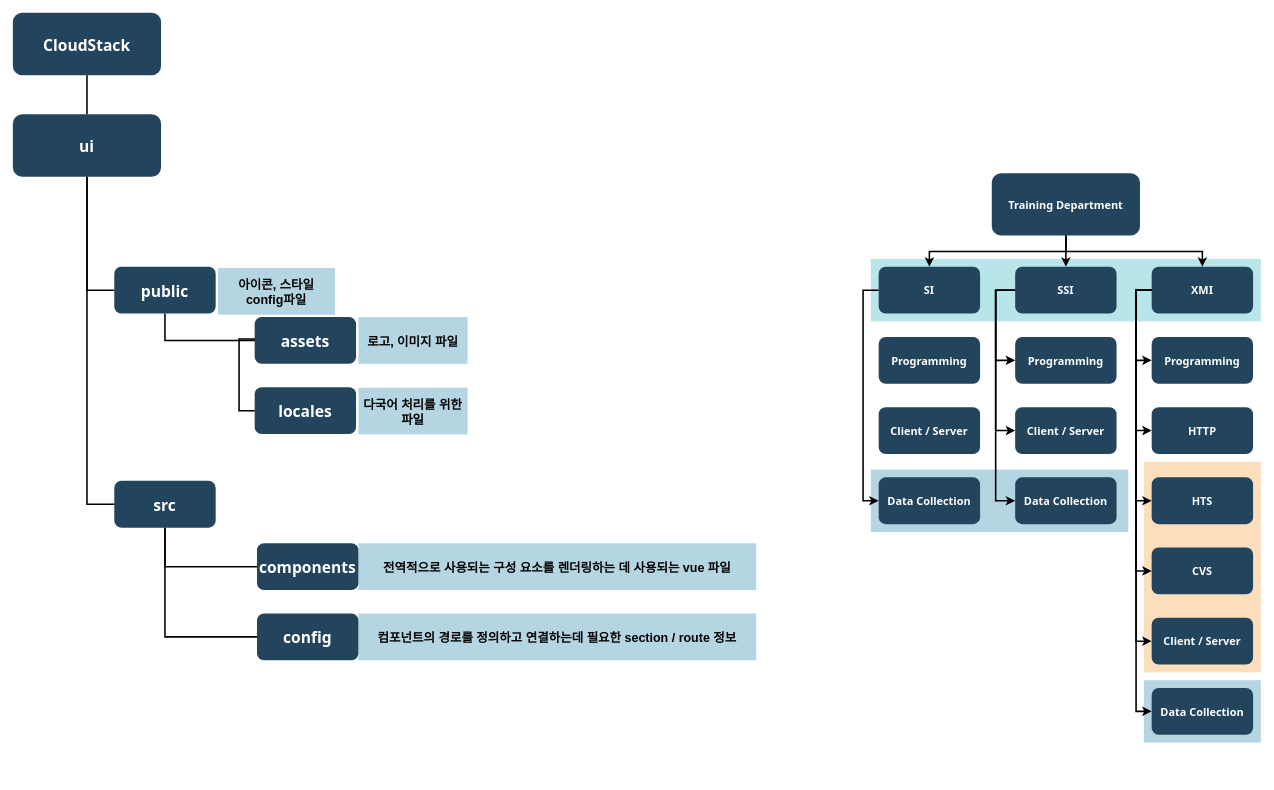
stardom3645/wiki keeps this draw.io diagram as 파일트리 다이어그램.drawio. Above is the earlier version. Source tidied: cells renumbered, new cells numbered last; positions are measured from the earlier drawing's top-left corner, leaving out a move shared by most shapes. Both pictures are drawn from the tidied source at 78%, with x=0, y=0 at pixel (12, 12).
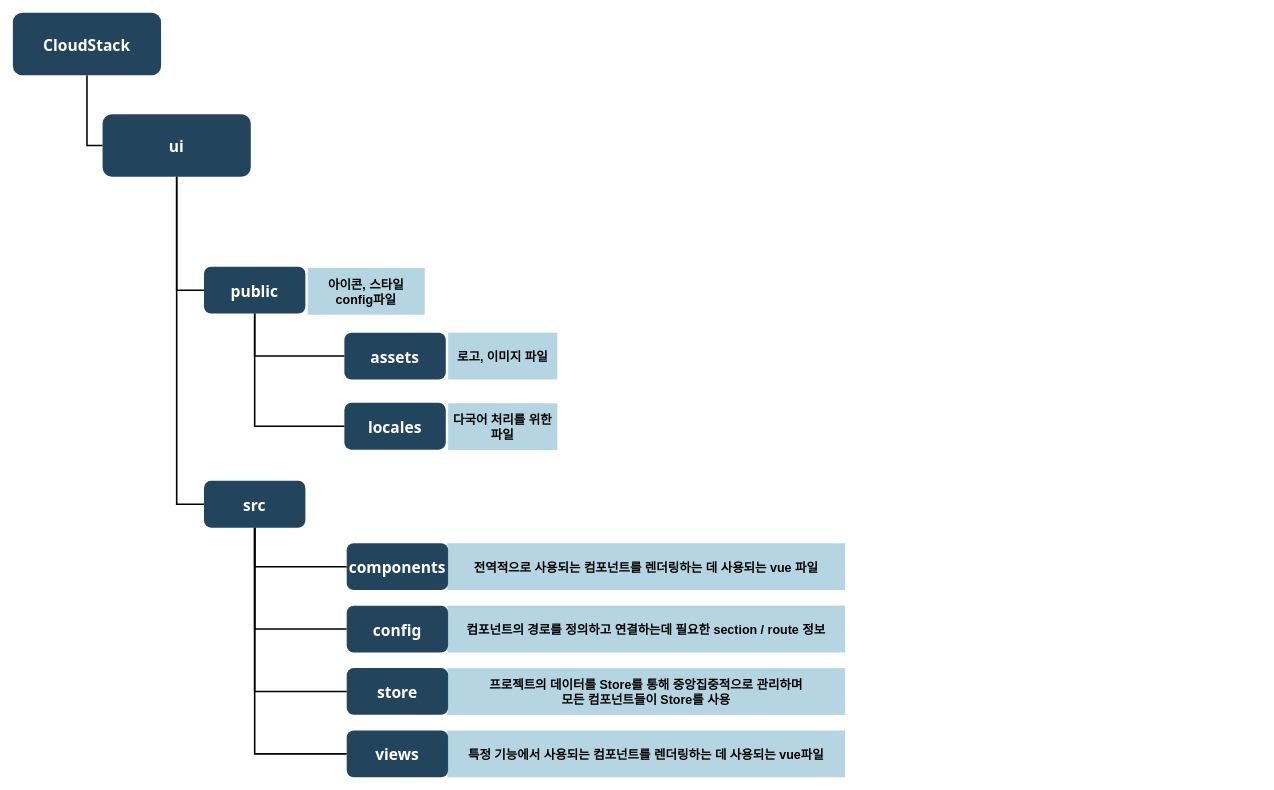
After the change.

Commit message (it also covers changes not shown here):
파일트리 다이어그램.drawio 업데이트

Unchanged cells that the change refers to:
```xml
<mxCell id="6" value="CloudStack" style="rounded=1;fillColor=#23445D;gradientColor=none;strokeColor=none;fontColor=#FFFFFF;fontStyle=1;fontFamily=Tahoma;fontSize=20;" parent="1" vertex="1">
  <mxGeometry width="190" height="80" as="geometry" />
</mxCell>
```

What changed in the source:
```diff
@@
-    <mxCell id="2" style="fillColor=#F2931E;strokeColor=none;opacity=30;" parent="1" vertex="1">
-      <mxGeometry x="1450" y="575.5" width="150" height="270" as="geometry" />
-    </mxCell>
-    <mxCell id="3" style="fillColor=#10739E;strokeColor=none;opacity=30;" parent="1" vertex="1">
-      <mxGeometry x="1450" y="855.5" width="150" height="80" as="geometry" />
-    </mxCell>
-    <mxCell id="4" style="fillColor=#10739E;strokeColor=none;opacity=30;" parent="1" vertex="1">
-      <mxGeometry x="1100" y="585.5" width="330" height="80" as="geometry" />
-    </mxCell>
-    <mxCell id="5" style="fillColor=#12AAB5;strokeColor=none;opacity=30;" parent="1" vertex="1">
-      <mxGeometry x="1100" y="315.5" width="500" height="80" as="geometry" />
-    </mxCell>
+    <mxCell id="30" style="edgeStyle=orthogonalEdgeStyle;rounded=0;jettySize=auto;html=1;exitX=0.5;exitY=1;exitDx=0;exitDy=0;entryX=0;entryY=0.5;entryDx=0;entryDy=0;endArrow=none;endFill=0;strokeWidth=2;fontSize=16;" parent="1" edge="1" source="6" target="8">
+      <mxGeometry relative="1" as="geometry" />
+    </mxCell>
@@
-    <mxCell id="7" value="Training Department" style="rounded=1;fillColor=#23445D;gradientColor=none;strokeColor=none;fontColor=#FFFFFF;fontStyle=1;fontFamily=Tahoma;fontSize=14;" parent="1" vertex="1">
-      <mxGeometry x="1255" y="205.5" width="190" height="80" as="geometry" />
-    </mxCell>
     <mxCell id="8" value="ui" style="rounded=1;fillColor=#23445D;gradientColor=none;strokeColor=none;fontColor=#FFFFFF;fontStyle=1;fontFamily=Tahoma;fontSize=20;" parent="1" vertex="1">
-      <mxGeometry y="130" width="190" height="80" as="geometry" />
+      <mxGeometry x="115" y="130" width="190" height="80" as="geometry" />
     </mxCell>
-    <mxCell id="9" style="edgeStyle=orthogonalEdgeStyle;rounded=0;jettySize=auto;html=1;exitX=0.5;exitY=1;exitDx=0;exitDy=0;entryX=0;entryY=0.5;entryDx=0;entryDy=0;endArrow=none;endFill=0;fontSize=25;strokeWidth=2;" parent="1" edge="1" source="10" target="13">
-      <mxGeometry relative="1" as="geometry">
-        <Array as="points">
-          <mxPoint x="195" y="420" />
-          <mxPoint x="290" y="420" />
-          <mxPoint x="290" y="418" />
-          <mxPoint x="310" y="418" />
-        </Array>
-      </mxGeometry>
+    <mxCell id="9" style="edgeStyle=orthogonalEdgeStyle;rounded=0;jettySize=auto;html=1;exitX=0.5;exitY=1;exitDx=0;exitDy=0;entryX=0;entryY=0.5;entryDx=0;entryDy=0;endArrow=none;endFill=0;strokeWidth=2;fontSize=16;" parent="1" edge="1" source="10" target="13">
+      <mxGeometry relative="1" as="geometry" />
     </mxCell>
+    <mxCell id="55" style="edgeStyle=orthogonalEdgeStyle;rounded=0;jettySize=auto;html=1;exitX=0.5;exitY=1;exitDx=0;exitDy=0;entryX=0;entryY=0.5;entryDx=0;entryDy=0;endArrow=none;endFill=0;strokeWidth=2;fontSize=16;" parent="1" edge="1" source="10" target="14">
+      <mxGeometry relative="1" as="geometry" />
+    </mxCell>
     <mxCell id="10" value="public" style="rounded=1;fillColor=#23445D;gradientColor=none;strokeColor=none;fontColor=#FFFFFF;fontStyle=1;fontFamily=Tahoma;fontSize=20;" parent="1" vertex="1">
-      <mxGeometry x="130" y="325.5" width="130" height="60" as="geometry" />
+      <mxGeometry x="245" y="325.5" width="130" height="60" as="geometry" />
     </mxCell>
@@
+    <mxCell id="56" style="edgeStyle=orthogonalEdgeStyle;rounded=0;jettySize=auto;html=1;exitX=0.5;exitY=1;exitDx=0;exitDy=0;entryX=0;entryY=0.5;entryDx=0;entryDy=0;endArrow=none;endFill=0;strokeWidth=2;fontSize=16;" parent="1" edge="1" source="12" target="58">
+      <mxGeometry relative="1" as="geometry" />
+    </mxCell>
+    <mxCell id="57" style="edgeStyle=orthogonalEdgeStyle;rounded=0;jettySize=auto;html=1;exitX=0.5;exitY=1;exitDx=0;exitDy=0;entryX=0;entryY=0.5;entryDx=0;entryDy=0;endArrow=none;endFill=0;strokeWidth=2;fontSize=16;" parent="1" edge="1" source="12" target="60">
+      <mxGeometry relative="1" as="geometry" />
+    </mxCell>
     <mxCell id="12" value="src" style="rounded=1;fillColor=#23445D;gradientColor=none;strokeColor=none;fontColor=#FFFFFF;fontStyle=1;fontFamily=Tahoma;fontSize=20;" parent="1" vertex="1">
-      <mxGeometry x="130" y="600" width="130" height="60" as="geometry" />
+      <mxGeometry x="245" y="600" width="130" height="60" as="geometry" />
     </mxCell>
     <mxCell id="13" value="assets" style="rounded=1;fillColor=#23445D;gradientColor=none;strokeColor=none;fontColor=#FFFFFF;fontStyle=1;fontFamily=Tahoma;fontSize=20;" parent="1" vertex="1">
-      <mxGeometry x="310" y="390" width="130" height="60" as="geometry" />
+      <mxGeometry x="425" y="410" width="130" height="60" as="geometry" />
     </mxCell>
     <mxCell id="14" value="locales" style="rounded=1;fillColor=#23445D;gradientColor=none;strokeColor=none;fontColor=#FFFFFF;fontStyle=1;fontFamily=Tahoma;fontSize=20;" parent="1" vertex="1">
-      <mxGeometry x="310" y="480" width="130" height="60" as="geometry" />
+      <mxGeometry x="425" y="500" width="130" height="60" as="geometry" />
     </mxCell>
-    <mxCell id="15" value="SI" style="rounded=1;fillColor=#23445D;gradientColor=none;strokeColor=none;fontColor=#FFFFFF;fontStyle=1;fontFamily=Tahoma;fontSize=14;" parent="1" vertex="1">
-      <mxGeometry x="1110" y="325.5" width="130" height="60" as="geometry" />
-    </mxCell>
-    <mxCell id="16" value="Programming" style="rounded=1;fillColor=#23445D;gradientColor=none;strokeColor=none;fontColor=#FFFFFF;fontStyle=1;fontFamily=Tahoma;fontSize=14;" parent="1" vertex="1">
-      <mxGeometry x="1110" y="415.5" width="130" height="60" as="geometry" />
-    </mxCell>
-    <mxCell id="17" value="Client / Server" style="rounded=1;fillColor=#23445D;gradientColor=none;strokeColor=none;fontColor=#FFFFFF;fontStyle=1;fontFamily=Tahoma;fontSize=14;" parent="1" vertex="1">
-      <mxGeometry x="1110" y="505.5" width="130" height="60" as="geometry" />
-    </mxCell>
-    <mxCell id="18" value="Data Collection" style="rounded=1;fillColor=#23445D;gradientColor=none;strokeColor=none;fontColor=#FFFFFF;fontStyle=1;fontFamily=Tahoma;fontSize=14;" parent="1" vertex="1">
-      <mxGeometry x="1110" y="595.5" width="130" height="60" as="geometry" />
-    </mxCell>
-    <mxCell id="19" value="SSI" style="rounded=1;fillColor=#23445D;gradientColor=none;strokeColor=none;fontColor=#FFFFFF;fontStyle=1;fontFamily=Tahoma;fontSize=14;" parent="1" vertex="1">
-      <mxGeometry x="1285" y="325.5" width="130" height="60" as="geometry" />
-    </mxCell>
-    <mxCell id="20" value="Programming" style="rounded=1;fillColor=#23445D;gradientColor=none;strokeColor=none;fontColor=#FFFFFF;fontStyle=1;fontFamily=Tahoma;fontSize=14;" parent="1" vertex="1">
-      <mxGeometry x="1285" y="415.5" width="130" height="60" as="geometry" />
-    </mxCell>
-    <mxCell id="21" value="Client / Server" style="rounded=1;fillColor=#23445D;gradientColor=none;strokeColor=none;fontColor=#FFFFFF;fontStyle=1;fontFamily=Tahoma;fontSize=14;" parent="1" vertex="1">
-      <mxGeometry x="1285" y="505.5" width="130" height="60" as="geometry" />
-    </mxCell>
-    <mxCell id="22" value="Data Collection" style="rounded=1;fillColor=#23445D;gradientColor=none;strokeColor=none;fontColor=#FFFFFF;fontStyle=1;fontFamily=Tahoma;fontSize=14;" parent="1" vertex="1">
-      <mxGeometry x="1285" y="595.5" width="130" height="60" as="geometry" />
-    </mxCell>
-    <mxCell id="23" value="XMI" style="rounded=1;fillColor=#23445D;gradientColor=none;strokeColor=none;fontColor=#FFFFFF;fontStyle=1;fontFamily=Tahoma;fontSize=14;" parent="1" vertex="1">
-      <mxGeometry x="1460" y="325.5" width="130" height="60" as="geometry" />
-    </mxCell>
-    <mxCell id="24" value="Programming" style="rounded=1;fillColor=#23445D;gradientColor=none;strokeColor=none;fontColor=#FFFFFF;fontStyle=1;fontFamily=Tahoma;fontSize=14;" parent="1" vertex="1">
-      <mxGeometry x="1460" y="415.5" width="130" height="60" as="geometry" />
-    </mxCell>
-    <mxCell id="25" value="HTTP" style="rounded=1;fillColor=#23445D;gradientColor=none;strokeColor=none;fontColor=#FFFFFF;fontStyle=1;fontFamily=Tahoma;fontSize=14;" parent="1" vertex="1">
-      <mxGeometry x="1460" y="505.5" width="130" height="60" as="geometry" />
-    </mxCell>
-    <mxCell id="26" value="HTS" style="rounded=1;fillColor=#23445D;gradientColor=none;strokeColor=none;fontColor=#FFFFFF;fontStyle=1;fontFamily=Tahoma;fontSize=14;" parent="1" vertex="1">
-      <mxGeometry x="1460" y="595.5" width="130" height="60" as="geometry" />
-    </mxCell>
-    <mxCell id="27" value="CVS" style="rounded=1;fillColor=#23445D;gradientColor=none;strokeColor=none;fontColor=#FFFFFF;fontStyle=1;fontFamily=Tahoma;fontSize=14;" parent="1" vertex="1">
-      <mxGeometry x="1460" y="685.5" width="130" height="60" as="geometry" />
-    </mxCell>
-    <mxCell id="28" value="Client / Server" style="rounded=1;fillColor=#23445D;gradientColor=none;strokeColor=none;fontColor=#FFFFFF;fontStyle=1;fontFamily=Tahoma;fontSize=14;" parent="1" vertex="1">
-      <mxGeometry x="1460" y="775.5" width="130" height="60" as="geometry" />
-    </mxCell>
-    <mxCell id="29" value="Data Collection" style="rounded=1;fillColor=#23445D;gradientColor=none;strokeColor=none;fontColor=#FFFFFF;fontStyle=1;fontFamily=Tahoma;fontSize=14;" parent="1" vertex="1">
-      <mxGeometry x="1460" y="865.5" width="130" height="60" as="geometry" />
-    </mxCell>
-    <mxCell id="30" style="edgeStyle=elbowEdgeStyle;elbow=vertical;strokeWidth=2;rounded=0;endArrow=none;endFill=0;" parent="1" edge="1" source="6" target="8">
-      <mxGeometry x="-23" y="135.5" as="geometry" />
-    </mxCell>
     <mxCell id="31" style="edgeStyle=elbowEdgeStyle;elbow=horizontal;strokeWidth=2;rounded=0;endArrow=none;endFill=0;" parent="1" edge="1" source="8" target="10">
-      <mxGeometry x="-23" y="135.5" as="geometry">
+      <mxGeometry x="92" y="135.5" as="geometry">
         <Array as="points">
-          <mxPoint x="95" y="305.5" />
+          <mxPoint x="210" y="305.5" />
         </Array>
       </mxGeometry>
     </mxCell>
     <mxCell id="32" style="edgeStyle=elbowEdgeStyle;elbow=horizontal;strokeWidth=2;rounded=0;endArrow=none;endFill=0;" parent="1" edge="1" source="8" target="12">
-      <mxGeometry x="-23" y="135.5" as="geometry">
+      <mxGeometry x="92" y="135.5" as="geometry">
         <Array as="points">
-          <mxPoint x="95" y="345.5" />
+          <mxPoint x="210" y="345.5" />
         </Array>
       </mxGeometry>
     </mxCell>
-    <mxCell id="33" style="edgeStyle=elbowEdgeStyle;elbow=horizontal;strokeWidth=2;rounded=0;endArrow=none;endFill=0;" parent="1" edge="1" source="13" target="14">
-      <mxGeometry x="-23" y="200" as="geometry">
-        <Array as="points">
-          <mxPoint x="290" y="470" />
-        </Array>
-      </mxGeometry>
-    </mxCell>
-    <mxCell id="34" style="edgeStyle=elbowEdgeStyle;elbow=horizontal;strokeWidth=2;rounded=0;" parent="1" edge="1" source="15" target="18">
-      <mxGeometry x="-23" y="135.5" as="geometry">
-        <Array as="points">
-          <mxPoint x="1090" y="495.5" />
-        </Array>
-      </mxGeometry>
-    </mxCell>
-    <mxCell id="35" style="edgeStyle=elbowEdgeStyle;elbow=horizontal;strokeWidth=2;rounded=0;" parent="1" edge="1" source="19" target="20">
-      <mxGeometry x="-23" y="135.5" as="geometry">
-        <Array as="points">
-          <mxPoint x="1260" y="405.5" />
-        </Array>
-      </mxGeometry>
-    </mxCell>
-    <mxCell id="36" style="edgeStyle=elbowEdgeStyle;elbow=horizontal;strokeWidth=2;rounded=0;" parent="1" edge="1" source="19" target="21">
-      <mxGeometry x="-23" y="135.5" as="geometry">
-        <Array as="points">
-          <mxPoint x="1260" y="465.5" />
-        </Array>
-      </mxGeometry>
-    </mxCell>
-    <mxCell id="37" style="edgeStyle=elbowEdgeStyle;elbow=horizontal;strokeWidth=2;rounded=0;" parent="1" edge="1" source="19" target="22">
-      <mxGeometry x="-23" y="135.5" as="geometry">
-        <Array as="points">
-          <mxPoint x="1260" y="495.5" />
-        </Array>
-      </mxGeometry>
-    </mxCell>
-    <mxCell id="38" style="edgeStyle=elbowEdgeStyle;elbow=horizontal;strokeWidth=2;rounded=0;" parent="1" edge="1" source="23" target="24">
-      <mxGeometry x="-23" y="135.5" as="geometry">
-        <Array as="points">
-          <mxPoint x="1440" y="405.5" />
-        </Array>
-      </mxGeometry>
-    </mxCell>
-    <mxCell id="39" style="edgeStyle=elbowEdgeStyle;elbow=horizontal;strokeWidth=2;rounded=0;" parent="1" edge="1" source="23" target="25">
-      <mxGeometry x="-23" y="135.5" as="geometry">
-        <Array as="points">
-          <mxPoint x="1440" y="445.5" />
-        </Array>
-      </mxGeometry>
-    </mxCell>
-    <mxCell id="40" style="edgeStyle=elbowEdgeStyle;elbow=horizontal;strokeWidth=2;rounded=0;" parent="1" edge="1" source="23" target="26">
-      <mxGeometry x="-23" y="135.5" as="geometry">
-        <Array as="points">
-          <mxPoint x="1440" y="495.5" />
-        </Array>
-      </mxGeometry>
-    </mxCell>
-    <mxCell id="41" style="edgeStyle=elbowEdgeStyle;elbow=horizontal;strokeWidth=2;rounded=0;" parent="1" edge="1" source="23" target="27">
-      <mxGeometry x="-23" y="135.5" as="geometry">
-        <Array as="points">
-          <mxPoint x="1440" y="545.5" />
-        </Array>
-      </mxGeometry>
-    </mxCell>
-    <mxCell id="42" style="edgeStyle=elbowEdgeStyle;elbow=horizontal;strokeWidth=2;rounded=0;" parent="1" edge="1" source="23" target="28">
-      <mxGeometry x="-23" y="135.5" as="geometry">
-        <Array as="points">
-          <mxPoint x="1440" y="595.5" />
-        </Array>
-      </mxGeometry>
-    </mxCell>
-    <mxCell id="43" style="edgeStyle=elbowEdgeStyle;elbow=horizontal;strokeWidth=2;rounded=0;" parent="1" edge="1" source="23" target="29">
-      <mxGeometry x="-23" y="135.5" as="geometry">
-        <Array as="points">
-          <mxPoint x="1440" y="635.5" />
-        </Array>
-      </mxGeometry>
-    </mxCell>
-    <mxCell id="44" style="edgeStyle=elbowEdgeStyle;elbow=vertical;strokeWidth=2;rounded=0;" parent="1" edge="1" source="7" target="19">
-      <mxGeometry x="-23" y="135.5" as="geometry" />
-    </mxCell>
-    <mxCell id="45" style="edgeStyle=elbowEdgeStyle;elbow=vertical;strokeWidth=2;rounded=0;" parent="1" edge="1" source="7" target="15">
-      <mxGeometry x="-23" y="135.5" as="geometry" />
-    </mxCell>
-    <mxCell id="46" style="edgeStyle=elbowEdgeStyle;elbow=vertical;strokeWidth=2;rounded=0;" parent="1" edge="1" source="7" target="23">
-      <mxGeometry x="-23" y="135.5" as="geometry" />
-    </mxCell>
@@
     <mxCell id="48" value="components" style="rounded=1;fillColor=#23445D;gradientColor=none;strokeColor=none;fontColor=#FFFFFF;fontStyle=1;fontFamily=Tahoma;fontSize=20;" parent="1" vertex="1">
-      <mxGeometry x="313" y="680" width="130" height="60" as="geometry" />
+      <mxGeometry x="428" y="680" width="130" height="60" as="geometry" />
     </mxCell>
     <mxCell id="49" value="로고, 이미지 파일" style="fillColor=#10739E;strokeColor=none;opacity=30;fontStyle=1;fontSize=16;" parent="1" vertex="1">
-      <mxGeometry x="443" y="390" width="140" height="60" as="geometry" />
+      <mxGeometry x="558" y="410" width="140" height="60" as="geometry" />
     </mxCell>
     <mxCell id="50" value="다국어 처리를 위한&#10;파일" style="fillColor=#10739E;strokeColor=none;opacity=30;fontStyle=1;fontSize=16;" parent="1" vertex="1">
-      <mxGeometry x="443" y="480.5" width="140" height="60" as="geometry" />
+      <mxGeometry x="558" y="500.5" width="140" height="60" as="geometry" />
     </mxCell>
     <mxCell id="51" value="아이콘, 스타일&#10;config파일" style="fillColor=#10739E;strokeColor=none;opacity=30;fontStyle=1;fontSize=16;" parent="1" vertex="1">
-      <mxGeometry x="263" y="327" width="150" height="60" as="geometry" />
+      <mxGeometry x="378" y="327" width="150" height="60" as="geometry" />
     </mxCell>
-    <mxCell id="52" value="전역적으로 사용되는 구성 요소를 렌더링하는 데 사용되는 vue 파일" style="fillColor=#10739E;strokeColor=none;opacity=30;fontStyle=1;fontSize=16;" parent="1" vertex="1">
-      <mxGeometry x="443" y="680" width="510" height="60" as="geometry" />
+    <mxCell id="52" value="전역적으로 사용되는 컴포넌트를 렌더링하는 데 사용되는 vue 파일" style="fillColor=#10739E;strokeColor=none;opacity=30;fontStyle=1;fontSize=16;" parent="1" vertex="1">
+      <mxGeometry x="557" y="680" width="510" height="60" as="geometry" />
     </mxCell>
     <mxCell id="53" value="config" style="rounded=1;fillColor=#23445D;gradientColor=none;strokeColor=none;fontColor=#FFFFFF;fontStyle=1;fontFamily=Tahoma;fontSize=20;" parent="1" vertex="1">
-      <mxGeometry x="313" y="770" width="130" height="60" as="geometry" />
+      <mxGeometry x="428" y="760" width="130" height="60" as="geometry" />
     </mxCell>
     <mxCell id="54" value="컴포넌트의 경로를 정의하고 연결하는데 필요한 section / route 정보" style="fillColor=#10739E;strokeColor=none;opacity=30;fontStyle=1;fontSize=16;" parent="1" vertex="1">
-      <mxGeometry x="443" y="770" width="510" height="60" as="geometry" />
+      <mxGeometry x="557" y="760" width="510" height="60" as="geometry" />
     </mxCell>
+    <mxCell id="58" value="store" style="rounded=1;fillColor=#23445D;gradientColor=none;strokeColor=none;fontColor=#FFFFFF;fontStyle=1;fontFamily=Tahoma;fontSize=20;" parent="1" vertex="1">
+      <mxGeometry x="428" y="840" width="130" height="60" as="geometry" />
+    </mxCell>
+    <mxCell id="59" value="프로젝트의 데이터를 Store를 통해 중앙집중적으로 관리하며&#10;모든 컴포넌트들이 Store를 사용" style="fillColor=#10739E;strokeColor=none;opacity=30;fontStyle=1;fontSize=16;" parent="1" vertex="1">
+      <mxGeometry x="557" y="840" width="510" height="60" as="geometry" />
+    </mxCell>
+    <mxCell id="60" value="views" style="rounded=1;fillColor=#23445D;gradientColor=none;strokeColor=none;fontColor=#FFFFFF;fontStyle=1;fontFamily=Tahoma;fontSize=20;" parent="1" vertex="1">
+      <mxGeometry x="428" y="920" width="130" height="60" as="geometry" />
+    </mxCell>
+    <mxCell id="61" value="특정 기능에서 사용되는 컴포넌트를 렌더링하는 데 사용되는 vue파일" style="fillColor=#10739E;strokeColor=none;opacity=30;fontStyle=1;fontSize=16;" parent="1" vertex="1">
+      <mxGeometry x="557" y="920" width="510" height="60" as="geometry" />
+    </mxCell>
```
